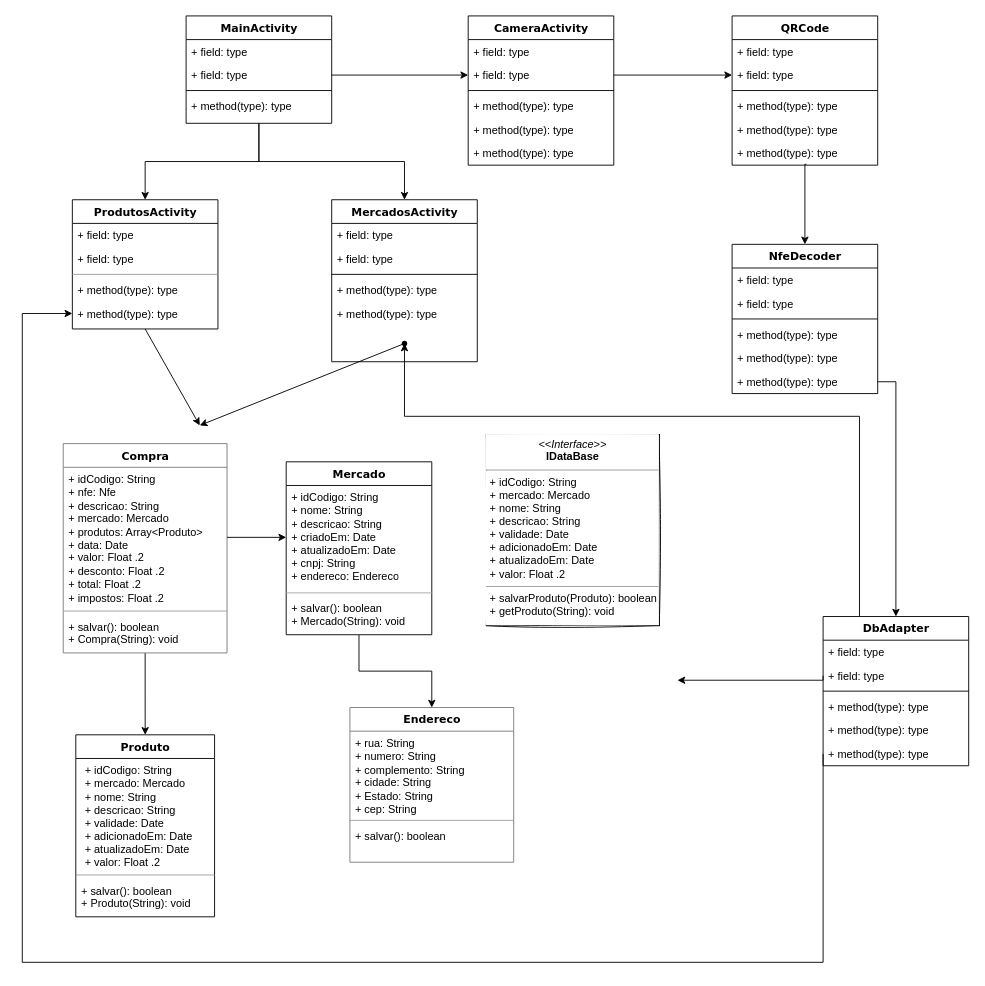
mrhaubrich/jubilant-guacamole keeps this draw.io diagram as jubilant-guacamole-classes.drawio. Above is the earlier version. Source tidied: cells renumbered, new cells numbered last; positions are measured from the earlier drawing's top-left corner, leaving out a move shared by most shapes. Both pictures are drawn from the tidied source at 91%, with x=0, y=0 at pixel (22, 15).
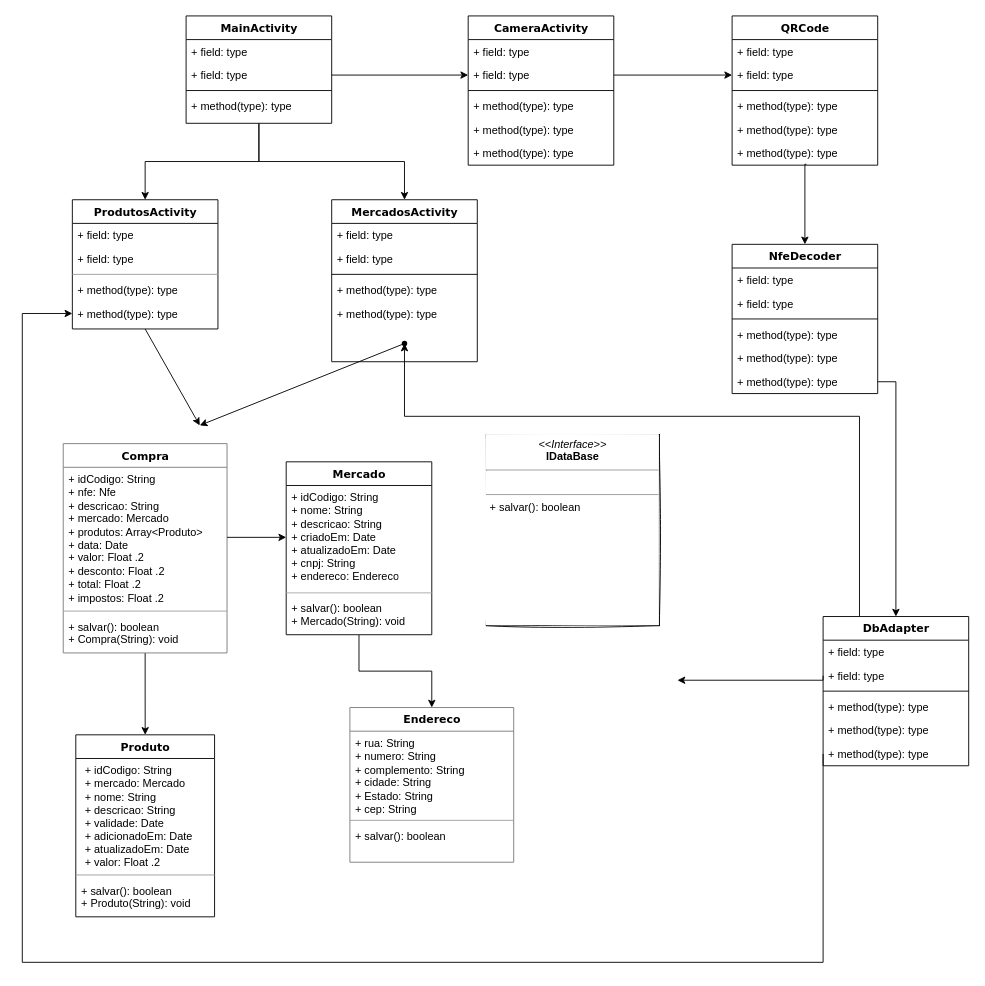
After the change.

What changed in the source:
```diff
@@
-    <mxCell id="49" value="&lt;p style=&quot;margin: 0px ; margin-top: 4px ; text-align: center&quot;&gt;&lt;i&gt;&amp;lt;&amp;lt;Interface&amp;gt;&amp;gt;&lt;/i&gt;&lt;br&gt;&lt;b&gt;IDataBase&lt;/b&gt;&lt;/p&gt;&lt;hr size=&quot;1&quot;&gt;&lt;p style=&quot;margin: 0px ; margin-left: 4px&quot;&gt;+ idCodigo: String&lt;br&gt;+ mercado: Mercado&lt;/p&gt;&lt;p style=&quot;margin: 0px ; margin-left: 4px&quot;&gt;+ nome: String&lt;/p&gt;&lt;p style=&quot;margin: 0px ; margin-left: 4px&quot;&gt;+ descricao: String&lt;/p&gt;&lt;p style=&quot;margin: 0px ; margin-left: 4px&quot;&gt;+ validade: Date&lt;/p&gt;&lt;p style=&quot;margin: 0px ; margin-left: 4px&quot;&gt;+ adicionadoEm: Date&lt;/p&gt;&lt;p style=&quot;margin: 0px ; margin-left: 4px&quot;&gt;+ atualizadoEm: Date&lt;/p&gt;&lt;p style=&quot;margin: 0px ; margin-left: 4px&quot;&gt;+ valor: Float .2&lt;br&gt;&lt;/p&gt;&lt;hr size=&quot;1&quot;&gt;&lt;p style=&quot;margin: 0px ; margin-left: 4px&quot;&gt;+ salvarProduto(Produto): boolean&lt;br&gt;+ getProduto(String): void&lt;/p&gt;" style="verticalAlign=top;align=left;overflow=fill;fontSize=12;fontFamily=Helvetica;html=1;rounded=0;shadow=0;comic=0;labelBackgroundColor=default;strokeWidth=1;fontColor=default;strokeColor=default;sketch=1;glass=0;" parent="1" vertex="1">
+    <mxCell id="49" value="&lt;p style=&quot;margin: 0px ; margin-top: 4px ; text-align: center&quot;&gt;&lt;i&gt;&amp;lt;&amp;lt;Interface&amp;gt;&amp;gt;&lt;/i&gt;&lt;br&gt;&lt;b&gt;IDataBase&lt;/b&gt;&lt;/p&gt;&lt;hr size=&quot;1&quot;&gt;&lt;p style=&quot;margin: 0px ; margin-left: 4px&quot;&gt;&lt;br&gt;&lt;/p&gt;&lt;hr size=&quot;1&quot;&gt;&lt;p style=&quot;margin: 0px ; margin-left: 4px&quot;&gt;+ salvar(): boolean&lt;/p&gt;" style="verticalAlign=top;align=left;overflow=fill;fontSize=12;fontFamily=Helvetica;html=1;rounded=0;shadow=0;comic=0;labelBackgroundColor=default;strokeWidth=1;fontColor=default;strokeColor=default;sketch=1;glass=0;" parent="1" vertex="1">
       <mxGeometry x="510" y="460" width="190" height="210" as="geometry" />
     </mxCell>
```
